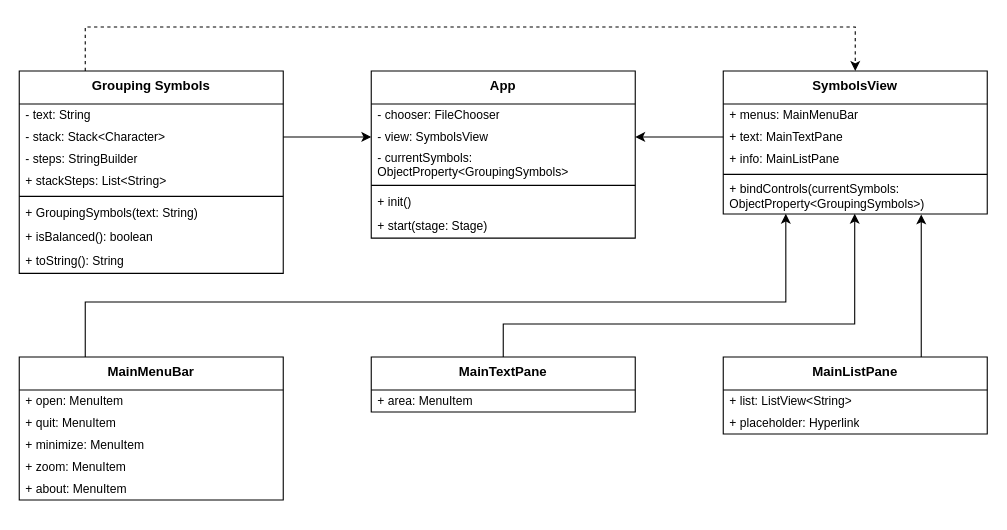
The draw.io diagram assignments/hw8/diagram.drawio in hanggrian/IIT-ITM510, before the edit. Source tidied: cells renumbered, new cells numbered last; positions are measured from the earlier drawing's top-left corner, leaving out a move shared by most shapes. Both pictures are drawn from the tidied source at 110%, with x=0, y=0 at pixel (19, 26).
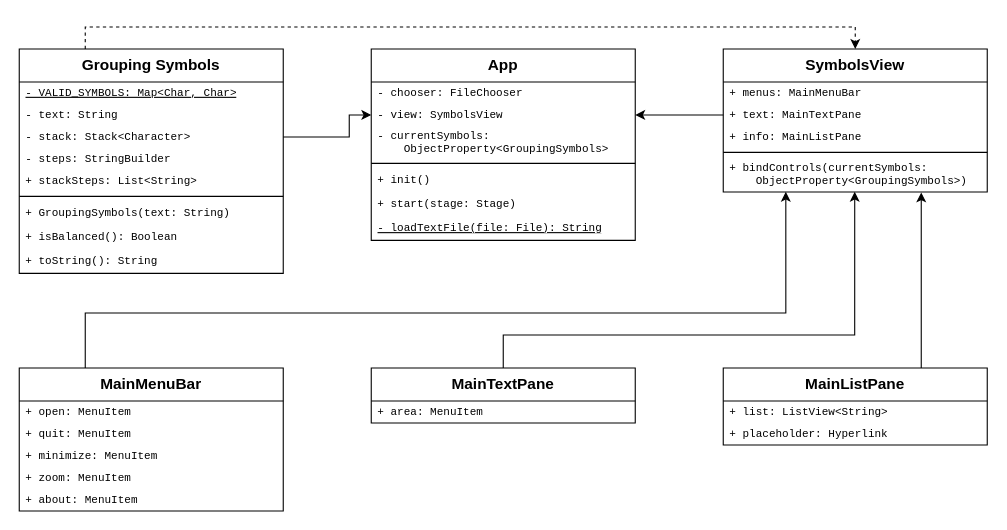
Above is the later version.

The edit, as a diff of the source:
```diff
@@
-    <mxCell id="2" value="SymbolsView" style="swimlane;fontStyle=1;align=center;verticalAlign=top;horizontal=1;startSize=30;whiteSpace=wrap;html=1;" parent="1" vertex="1">
-      <mxGeometry x="640" y="40" width="240" height="130" as="geometry" />
+    <mxCell id="2" value="SymbolsView" style="swimlane;fontStyle=1;align=center;verticalAlign=top;horizontal=1;startSize=30;whiteSpace=wrap;html=1;fontSize=14;" parent="1" vertex="1">
+      <mxGeometry x="640" y="20" width="240" height="130" as="geometry" />
     </mxCell>
-    <mxCell id="3" value="+ menus: MainMenuBar" style="text;strokeColor=none;fillColor=none;align=left;verticalAlign=middle;spacingLeft=4;spacingRight=4;overflow=hidden;whiteSpace=wrap;html=1;fontSize=11;" parent="2" vertex="1">
+    <mxCell id="3" value="+ menus: MainMenuBar" style="text;strokeColor=none;fillColor=none;align=left;verticalAlign=middle;spacingLeft=4;spacingRight=4;overflow=hidden;whiteSpace=wrap;html=1;fontSize=10;fontFamily=Courier New;" parent="2" vertex="1">
       <mxGeometry y="30" width="240" height="20" as="geometry" />
     </mxCell>
-    <mxCell id="4" value="+ text: MainTextPane" style="text;strokeColor=none;fillColor=none;align=left;verticalAlign=middle;spacingLeft=4;spacingRight=4;overflow=hidden;points=[[0,0.5],[1,0.5]];portConstraint=eastwest;whiteSpace=wrap;html=1;fontSize=11;" parent="2" vertex="1">
+    <mxCell id="4" value="+ text: MainTextPane" style="text;strokeColor=none;fillColor=none;align=left;verticalAlign=middle;spacingLeft=4;spacingRight=4;overflow=hidden;points=[[0,0.5],[1,0.5]];portConstraint=eastwest;whiteSpace=wrap;html=1;fontSize=10;fontFamily=Courier New;" parent="2" vertex="1">
       <mxGeometry y="50" width="240" height="20" as="geometry" />
     </mxCell>
-    <mxCell id="5" value="+ info: MainListPane" style="text;strokeColor=none;fillColor=none;align=left;verticalAlign=middle;spacingLeft=4;spacingRight=4;overflow=hidden;whiteSpace=wrap;html=1;fontSize=11;" parent="2" vertex="1">
+    <mxCell id="5" value="+ info: MainListPane" style="text;strokeColor=none;fillColor=none;align=left;verticalAlign=middle;spacingLeft=4;spacingRight=4;overflow=hidden;whiteSpace=wrap;html=1;fontSize=10;fontFamily=Courier New;" parent="2" vertex="1">
       <mxGeometry y="70" width="240" height="20" as="geometry" />
     </mxCell>
-    <mxCell id="6" style="line;strokeWidth=1;fillColor=none;align=left;verticalAlign=middle;spacingTop=-1;spacingLeft=3;spacingRight=3;labelPosition=right;strokeColor=inherit;" parent="2" vertex="1">
+    <mxCell id="6" style="line;strokeWidth=1;fillColor=none;align=left;verticalAlign=middle;spacingTop=-1;spacingLeft=3;spacingRight=3;labelPosition=right;strokeColor=inherit;fontSize=10;fontFamily=Courier New;" parent="2" vertex="1">
       <mxGeometry y="90" width="240" height="8" as="geometry" />
     </mxCell>
-    <mxCell id="7" value="+&amp;nbsp;bindControls(currentSymbols: ObjectProperty&amp;lt;GroupingSymbols&amp;gt;)" style="text;strokeColor=none;fillColor=none;align=left;verticalAlign=middle;spacingLeft=4;spacingRight=4;overflow=hidden;points=[[0,0.5],[1,0.5]];portConstraint=eastwest;whiteSpace=wrap;html=1;fontSize=11;" parent="2" vertex="1">
+    <mxCell id="7" value="+&amp;nbsp;bindControls(currentSymbols:&lt;div&gt;&amp;nbsp; &amp;nbsp; ObjectProperty&amp;lt;GroupingSymbols&amp;gt;)&lt;/div&gt;" style="text;strokeColor=none;fillColor=none;align=left;verticalAlign=middle;spacingLeft=4;spacingRight=4;overflow=hidden;points=[[0,0.5],[1,0.5]];portConstraint=eastwest;whiteSpace=wrap;html=1;fontSize=10;fontFamily=Courier New;" parent="2" vertex="1">
       <mxGeometry y="98" width="240" height="32" as="geometry" />
     </mxCell>
-    <mxCell id="8" value="MainTextPane" style="swimlane;fontStyle=1;align=center;verticalAlign=top;horizontal=1;startSize=30;whiteSpace=wrap;html=1;" parent="1" vertex="1">
-      <mxGeometry x="320" y="300" width="240" height="50" as="geometry" />
+    <mxCell id="8" value="MainTextPane" style="swimlane;fontStyle=1;align=center;verticalAlign=top;horizontal=1;startSize=30;whiteSpace=wrap;html=1;fontSize=14;" parent="1" vertex="1">
+      <mxGeometry x="320" y="310" width="240" height="50" as="geometry" />
     </mxCell>
-    <mxCell id="9" value="+ area: MenuItem" style="text;strokeColor=none;fillColor=none;align=left;verticalAlign=middle;spacingLeft=4;spacingRight=4;overflow=hidden;whiteSpace=wrap;html=1;fontSize=11;" parent="8" vertex="1">
+    <mxCell id="9" value="+ area: MenuItem" style="text;strokeColor=none;fillColor=none;align=left;verticalAlign=middle;spacingLeft=4;spacingRight=4;overflow=hidden;whiteSpace=wrap;html=1;fontSize=10;fontFamily=Courier New;" parent="8" vertex="1">
       <mxGeometry y="30" width="240" height="20" as="geometry" />
     </mxCell>
-    <mxCell id="10" value="MainListPane" style="swimlane;fontStyle=1;align=center;verticalAlign=top;horizontal=1;startSize=30;whiteSpace=wrap;html=1;" parent="1" vertex="1">
-      <mxGeometry x="640" y="300" width="240" height="70" as="geometry" />
+    <mxCell id="10" value="MainListPane" style="swimlane;fontStyle=1;align=center;verticalAlign=top;horizontal=1;startSize=30;whiteSpace=wrap;html=1;fontSize=14;" parent="1" vertex="1">
+      <mxGeometry x="640" y="310" width="240" height="70" as="geometry" />
     </mxCell>
-    <mxCell id="11" value="+ list: ListView&amp;lt;String&amp;gt;" style="text;strokeColor=none;fillColor=none;align=left;verticalAlign=middle;spacingLeft=4;spacingRight=4;overflow=hidden;whiteSpace=wrap;html=1;fontSize=11;" parent="10" vertex="1">
+    <mxCell id="11" value="+ list: ListView&amp;lt;String&amp;gt;" style="text;strokeColor=none;fillColor=none;align=left;verticalAlign=middle;spacingLeft=4;spacingRight=4;overflow=hidden;whiteSpace=wrap;html=1;fontSize=10;fontFamily=Courier New;" parent="10" vertex="1">
       <mxGeometry y="30" width="240" height="20" as="geometry" />
     </mxCell>
-    <mxCell id="12" value="+ placeholder: Hyperlink" style="text;strokeColor=none;fillColor=none;align=left;verticalAlign=middle;spacingLeft=4;spacingRight=4;overflow=hidden;whiteSpace=wrap;html=1;fontSize=11;" parent="10" vertex="1">
+    <mxCell id="12" value="+ placeholder: Hyperlink" style="text;strokeColor=none;fillColor=none;align=left;verticalAlign=middle;spacingLeft=4;spacingRight=4;overflow=hidden;whiteSpace=wrap;html=1;fontSize=10;fontFamily=Courier New;" parent="10" vertex="1">
       <mxGeometry y="50" width="240" height="20" as="geometry" />
     </mxCell>
-    <mxCell id="13" value="MainMenuBar" style="swimlane;fontStyle=1;align=center;verticalAlign=top;horizontal=1;startSize=30;whiteSpace=wrap;html=1;" parent="1" vertex="1">
-      <mxGeometry y="300" width="240" height="130" as="geometry" />
+    <mxCell id="13" value="MainMenuBar" style="swimlane;fontStyle=1;align=center;verticalAlign=top;horizontal=1;startSize=30;whiteSpace=wrap;html=1;fontSize=14;" parent="1" vertex="1">
+      <mxGeometry y="310" width="240" height="130" as="geometry" />
     </mxCell>
-    <mxCell id="14" value="+ open: MenuItem" style="text;strokeColor=none;fillColor=none;align=left;verticalAlign=middle;spacingLeft=4;spacingRight=4;overflow=hidden;whiteSpace=wrap;html=1;fontSize=11;" parent="13" vertex="1">
+    <mxCell id="14" value="+ open: MenuItem" style="text;strokeColor=none;fillColor=none;align=left;verticalAlign=middle;spacingLeft=4;spacingRight=4;overflow=hidden;whiteSpace=wrap;html=1;fontSize=10;fontFamily=Courier New;" parent="13" vertex="1">
       <mxGeometry y="30" width="240" height="20" as="geometry" />
     </mxCell>
-    <mxCell id="15" value="+ quit: MenuItem" style="text;strokeColor=none;fillColor=none;align=left;verticalAlign=middle;spacingLeft=4;spacingRight=4;overflow=hidden;whiteSpace=wrap;html=1;fontSize=11;" parent="13" vertex="1">
+    <mxCell id="15" value="+ quit: MenuItem" style="text;strokeColor=none;fillColor=none;align=left;verticalAlign=middle;spacingLeft=4;spacingRight=4;overflow=hidden;whiteSpace=wrap;html=1;fontSize=10;fontFamily=Courier New;" parent="13" vertex="1">
       <mxGeometry y="50" width="240" height="20" as="geometry" />
     </mxCell>
-    <mxCell id="16" value="+ minimize: MenuItem" style="text;strokeColor=none;fillColor=none;align=left;verticalAlign=middle;spacingLeft=4;spacingRight=4;overflow=hidden;whiteSpace=wrap;html=1;fontSize=11;" parent="13" vertex="1">
+    <mxCell id="16" value="+ minimize: MenuItem" style="text;strokeColor=none;fillColor=none;align=left;verticalAlign=middle;spacingLeft=4;spacingRight=4;overflow=hidden;whiteSpace=wrap;html=1;fontSize=10;fontFamily=Courier New;" parent="13" vertex="1">
       <mxGeometry y="70" width="240" height="20" as="geometry" />
     </mxCell>
-    <mxCell id="17" value="+ zoom: MenuItem" style="text;strokeColor=none;fillColor=none;align=left;verticalAlign=middle;spacingLeft=4;spacingRight=4;overflow=hidden;whiteSpace=wrap;html=1;fontSize=11;" parent="13" vertex="1">
+    <mxCell id="17" value="+ zoom: MenuItem" style="text;strokeColor=none;fillColor=none;align=left;verticalAlign=middle;spacingLeft=4;spacingRight=4;overflow=hidden;whiteSpace=wrap;html=1;fontSize=10;fontFamily=Courier New;" parent="13" vertex="1">
       <mxGeometry y="90" width="240" height="20" as="geometry" />
     </mxCell>
-    <mxCell id="18" value="+ about: MenuItem" style="text;strokeColor=none;fillColor=none;align=left;verticalAlign=middle;spacingLeft=4;spacingRight=4;overflow=hidden;whiteSpace=wrap;html=1;fontSize=11;" parent="13" vertex="1">
+    <mxCell id="18" value="+ about: MenuItem" style="text;strokeColor=none;fillColor=none;align=left;verticalAlign=middle;spacingLeft=4;spacingRight=4;overflow=hidden;whiteSpace=wrap;html=1;fontSize=10;fontFamily=Courier New;" parent="13" vertex="1">
       <mxGeometry y="110" width="240" height="20" as="geometry" />
     </mxCell>
-    <mxCell id="19" value="App" style="swimlane;fontStyle=1;align=center;verticalAlign=top;horizontal=1;startSize=30;whiteSpace=wrap;html=1;" parent="1" vertex="1">
-      <mxGeometry x="320" y="40" width="240" height="152" as="geometry" />
+    <mxCell id="19" value="App" style="swimlane;fontStyle=1;align=center;verticalAlign=top;horizontal=1;startSize=30;whiteSpace=wrap;html=1;fontSize=14;" parent="1" vertex="1">
+      <mxGeometry x="320" y="20" width="240" height="174" as="geometry" />
     </mxCell>
-    <mxCell id="20" value="- chooser: FileChooser" style="text;strokeColor=none;fillColor=none;align=left;verticalAlign=middle;spacingLeft=4;spacingRight=4;overflow=hidden;whiteSpace=wrap;html=1;fontSize=11;" parent="19" vertex="1">
+    <mxCell id="20" value="- chooser: FileChooser" style="text;strokeColor=none;fillColor=none;align=left;verticalAlign=middle;spacingLeft=4;spacingRight=4;overflow=hidden;whiteSpace=wrap;html=1;fontSize=10;fontFamily=Courier New;" parent="19" vertex="1">
       <mxGeometry y="30" width="240" height="20" as="geometry" />
     </mxCell>
-    <mxCell id="21" value="- view: SymbolsView" style="text;strokeColor=none;fillColor=none;align=left;verticalAlign=middle;spacingLeft=4;spacingRight=4;overflow=hidden;points=[[0,0.5],[1,0.5]];portConstraint=eastwest;whiteSpace=wrap;html=1;fontSize=11;" parent="19" vertex="1">
+    <mxCell id="21" value="- view: SymbolsView" style="text;strokeColor=none;fillColor=none;align=left;verticalAlign=middle;spacingLeft=4;spacingRight=4;overflow=hidden;points=[[0,0.5],[1,0.5]];portConstraint=eastwest;whiteSpace=wrap;html=1;fontSize=10;fontFamily=Courier New;" parent="19" vertex="1">
       <mxGeometry y="50" width="240" height="20" as="geometry" />
     </mxCell>
-    <mxCell id="22" value="- currentSymbols: ObjectProperty&amp;lt;GroupingSymbols&amp;gt;" style="text;strokeColor=none;fillColor=none;align=left;verticalAlign=middle;spacingLeft=4;spacingRight=4;overflow=hidden;whiteSpace=wrap;html=1;fontSize=11;" parent="19" vertex="1">
+    <mxCell id="22" value="- currentSymbols:&lt;div&gt;&amp;nbsp; &amp;nbsp; ObjectProperty&amp;lt;GroupingSymbols&amp;gt;&lt;/div&gt;" style="text;strokeColor=none;fillColor=none;align=left;verticalAlign=middle;spacingLeft=4;spacingRight=4;overflow=hidden;whiteSpace=wrap;html=1;fontSize=10;fontFamily=Courier New;" parent="19" vertex="1">
       <mxGeometry y="70" width="240" height="30" as="geometry" />
     </mxCell>
-    <mxCell id="23" style="line;strokeWidth=1;fillColor=none;align=left;verticalAlign=middle;spacingTop=-1;spacingLeft=3;spacingRight=3;labelPosition=right;strokeColor=inherit;" parent="19" vertex="1">
+    <mxCell id="23" style="line;strokeWidth=1;fillColor=none;align=left;verticalAlign=middle;spacingTop=-1;spacingLeft=3;spacingRight=3;labelPosition=right;strokeColor=inherit;fontSize=10;fontFamily=Courier New;" parent="19" vertex="1">
       <mxGeometry y="100" width="240" height="8" as="geometry" />
     </mxCell>
-    <mxCell id="24" value="+&amp;nbsp;init()" style="text;strokeColor=none;fillColor=none;align=left;verticalAlign=middle;spacingLeft=4;spacingRight=4;overflow=hidden;whiteSpace=wrap;html=1;fontSize=11;" parent="19" vertex="1">
+    <mxCell id="24" value="+&amp;nbsp;init()" style="text;strokeColor=none;fillColor=none;align=left;verticalAlign=middle;spacingLeft=4;spacingRight=4;overflow=hidden;whiteSpace=wrap;html=1;fontSize=10;fontFamily=Courier New;" parent="19" vertex="1">
       <mxGeometry y="108" width="240" height="22" as="geometry" />
     </mxCell>
-    <mxCell id="25" value="+&amp;nbsp;start(stage: Stage)" style="text;strokeColor=none;fillColor=none;align=left;verticalAlign=middle;spacingLeft=4;spacingRight=4;overflow=hidden;whiteSpace=wrap;html=1;fontSize=11;" parent="19" vertex="1">
+    <mxCell id="25" value="+&amp;nbsp;start(stage: Stage)" style="text;strokeColor=none;fillColor=none;align=left;verticalAlign=middle;spacingLeft=4;spacingRight=4;overflow=hidden;whiteSpace=wrap;html=1;fontSize=10;fontFamily=Courier New;" parent="19" vertex="1">
       <mxGeometry y="130" width="240" height="22" as="geometry" />
     </mxCell>
+    <mxCell id="41" value="- loadTextFile(file: File): String" style="text;strokeColor=none;fillColor=none;align=left;verticalAlign=middle;spacingLeft=4;spacingRight=4;overflow=hidden;whiteSpace=wrap;html=1;fontSize=10;fontStyle=4;fontFamily=Courier New;" parent="19" vertex="1">
+      <mxGeometry y="152" width="240" height="22" as="geometry" />
+    </mxCell>
@@
-    <mxCell id="27" value="Grouping Symbols" style="swimlane;fontStyle=1;align=center;verticalAlign=top;horizontal=1;startSize=30;whiteSpace=wrap;html=1;" parent="1" vertex="1">
-      <mxGeometry y="40" width="240" height="184" as="geometry" />
+    <mxCell id="27" value="Grouping Symbols" style="swimlane;fontStyle=1;align=center;verticalAlign=top;horizontal=1;startSize=30;whiteSpace=wrap;html=1;fontSize=14;" parent="1" vertex="1">
+      <mxGeometry y="20" width="240" height="204" as="geometry" />
     </mxCell>
+    <mxCell id="42" value="- VALID_SYMBOLS: Map&amp;lt;Char, Char&amp;gt;" style="text;strokeColor=none;fillColor=none;align=left;verticalAlign=middle;spacingLeft=4;spacingRight=4;overflow=hidden;whiteSpace=wrap;html=1;fontSize=10;fontStyle=4;fontFamily=Courier New;" parent="27" vertex="1">
+      <mxGeometry y="30" width="240" height="20" as="geometry" />
+    </mxCell>
-    <mxCell id="28" value="- text: String" style="text;strokeColor=none;fillColor=none;align=left;verticalAlign=middle;spacingLeft=4;spacingRight=4;overflow=hidden;whiteSpace=wrap;html=1;fontSize=11;" parent="27" vertex="1">
-      <mxGeometry y="30" width="240" height="20" as="geometry" />
+    <mxCell id="28" value="- text: String" style="text;strokeColor=none;fillColor=none;align=left;verticalAlign=middle;spacingLeft=4;spacingRight=4;overflow=hidden;whiteSpace=wrap;html=1;fontSize=10;fontFamily=Courier New;" parent="27" vertex="1">
+      <mxGeometry y="50" width="240" height="20" as="geometry" />
     </mxCell>
-    <mxCell id="29" value="- stack: Stack&amp;lt;Character&amp;gt;" style="text;strokeColor=none;fillColor=none;align=left;verticalAlign=middle;spacingLeft=4;spacingRight=4;overflow=hidden;points=[[0,0.5],[1,0.5]];portConstraint=eastwest;whiteSpace=wrap;html=1;fontSize=11;" parent="27" vertex="1">
-      <mxGeometry y="50" width="240" height="20" as="geometry" />
+    <mxCell id="29" value="- stack: Stack&amp;lt;Character&amp;gt;" style="text;strokeColor=none;fillColor=none;align=left;verticalAlign=middle;spacingLeft=4;spacingRight=4;overflow=hidden;points=[[0,0.5],[1,0.5]];portConstraint=eastwest;whiteSpace=wrap;html=1;fontSize=10;fontFamily=Courier New;" parent="27" vertex="1">
+      <mxGeometry y="70" width="240" height="20" as="geometry" />
     </mxCell>
-    <mxCell id="30" value="- steps: StringBuilder" style="text;strokeColor=none;fillColor=none;align=left;verticalAlign=middle;spacingLeft=4;spacingRight=4;overflow=hidden;whiteSpace=wrap;html=1;fontSize=11;" parent="27" vertex="1">
-      <mxGeometry y="70" width="240" height="20" as="geometry" />
+    <mxCell id="30" value="- steps: StringBuilder" style="text;strokeColor=none;fillColor=none;align=left;verticalAlign=middle;spacingLeft=4;spacingRight=4;overflow=hidden;whiteSpace=wrap;html=1;fontSize=10;fontFamily=Courier New;" parent="27" vertex="1">
+      <mxGeometry y="90" width="240" height="20" as="geometry" />
     </mxCell>
-    <mxCell id="31" value="+ stackSteps: List&amp;lt;String&amp;gt;" style="text;strokeColor=none;fillColor=none;align=left;verticalAlign=middle;spacingLeft=4;spacingRight=4;overflow=hidden;whiteSpace=wrap;html=1;fontSize=11;" parent="27" vertex="1">
-      <mxGeometry y="90" width="240" height="20" as="geometry" />
+    <mxCell id="31" value="+ stackSteps: List&amp;lt;String&amp;gt;" style="text;strokeColor=none;fillColor=none;align=left;verticalAlign=middle;spacingLeft=4;spacingRight=4;overflow=hidden;whiteSpace=wrap;html=1;fontSize=10;fontFamily=Courier New;" parent="27" vertex="1">
+      <mxGeometry y="110" width="240" height="20" as="geometry" />
     </mxCell>
-    <mxCell id="32" style="line;strokeWidth=1;fillColor=none;align=left;verticalAlign=middle;spacingTop=-1;spacingLeft=3;spacingRight=3;labelPosition=right;strokeColor=inherit;" parent="27" vertex="1">
-      <mxGeometry y="110" width="240" height="8" as="geometry" />
+    <mxCell id="32" style="line;strokeWidth=1;fillColor=none;align=left;verticalAlign=middle;spacingTop=-1;spacingLeft=3;spacingRight=3;labelPosition=right;strokeColor=inherit;fontSize=10;fontFamily=Courier New;" parent="27" vertex="1">
+      <mxGeometry y="130" width="240" height="8" as="geometry" />
     </mxCell>
-    <mxCell id="33" value="+&amp;nbsp;GroupingSymbols(text: String)" style="text;strokeColor=none;fillColor=none;align=left;verticalAlign=middle;spacingLeft=4;spacingRight=4;overflow=hidden;whiteSpace=wrap;html=1;fontSize=11;" parent="27" vertex="1">
-      <mxGeometry y="118" width="240" height="22" as="geometry" />
+    <mxCell id="33" value="+&amp;nbsp;GroupingSymbols(text: String)" style="text;strokeColor=none;fillColor=none;align=left;verticalAlign=middle;spacingLeft=4;spacingRight=4;overflow=hidden;whiteSpace=wrap;html=1;fontSize=10;fontFamily=Courier New;" parent="27" vertex="1">
+      <mxGeometry y="138" width="240" height="22" as="geometry" />
     </mxCell>
-    <mxCell id="34" value="+&amp;nbsp;isBalanced(): boolean" style="text;strokeColor=none;fillColor=none;align=left;verticalAlign=middle;spacingLeft=4;spacingRight=4;overflow=hidden;whiteSpace=wrap;html=1;fontSize=11;" parent="27" vertex="1">
-      <mxGeometry y="140" width="240" height="22" as="geometry" />
+    <mxCell id="34" value="+&amp;nbsp;isBalanced(): Boolean" style="text;strokeColor=none;fillColor=none;align=left;verticalAlign=middle;spacingLeft=4;spacingRight=4;overflow=hidden;whiteSpace=wrap;html=1;fontSize=10;fontFamily=Courier New;" parent="27" vertex="1">
+      <mxGeometry y="160" width="240" height="22" as="geometry" />
     </mxCell>
-    <mxCell id="35" value="+&amp;nbsp;toString(): String" style="text;strokeColor=none;fillColor=none;align=left;verticalAlign=middle;spacingLeft=4;spacingRight=4;overflow=hidden;whiteSpace=wrap;html=1;fontSize=11;" parent="27" vertex="1">
-      <mxGeometry y="162" width="240" height="22" as="geometry" />
+    <mxCell id="35" value="+&amp;nbsp;toString(): String" style="text;strokeColor=none;fillColor=none;align=left;verticalAlign=middle;spacingLeft=4;spacingRight=4;overflow=hidden;whiteSpace=wrap;html=1;fontSize=10;fontFamily=Courier New;" parent="27" vertex="1">
+      <mxGeometry y="182" width="240" height="22" as="geometry" />
     </mxCell>
     <mxCell id="36" style="edgeStyle=orthogonalEdgeStyle;rounded=0;jettySize=auto;html=1;exitX=1;exitY=0.5;exitDx=0;exitDy=0;entryX=0;entryY=0.5;entryDx=0;entryDy=0;" parent="1" edge="1" source="29" target="21">
-      <mxGeometry relative="1" as="geometry" />
+      <mxGeometry relative="1" as="geometry">
+        <Array as="points">
+          <mxPoint x="300" y="100" />
+          <mxPoint x="300" y="80" />
+        </Array>
+      </mxGeometry>
     </mxCell>
     <mxCell id="37" style="edgeStyle=orthogonalEdgeStyle;rounded=0;jettySize=auto;html=1;exitX=0.25;exitY=0;exitDx=0;exitDy=0;entryX=0.237;entryY=0.997;entryDx=0;entryDy=0;entryPerimeter=0;" parent="1" edge="1" source="13" target="7">
       <mxGeometry relative="1" as="geometry">
         <Array as="points">
-          <mxPoint x="60" y="250" />
-          <mxPoint x="697" y="250" />
+          <mxPoint x="60" y="260" />
+          <mxPoint x="697" y="260" />
         </Array>
       </mxGeometry>
     </mxCell>
     <mxCell id="38" style="edgeStyle=orthogonalEdgeStyle;rounded=0;jettySize=auto;html=1;exitX=0.5;exitY=0;exitDx=0;exitDy=0;entryX=0.498;entryY=0.997;entryDx=0;entryDy=0;entryPerimeter=0;" parent="1" edge="1" source="8" target="7">
       <mxGeometry relative="1" as="geometry">
         <Array as="points">
-          <mxPoint x="440" y="270" />
-          <mxPoint x="760" y="270" />
+          <mxPoint x="440" y="280" />
+          <mxPoint x="760" y="280" />
         </Array>
       </mxGeometry>
     </mxCell>
```
